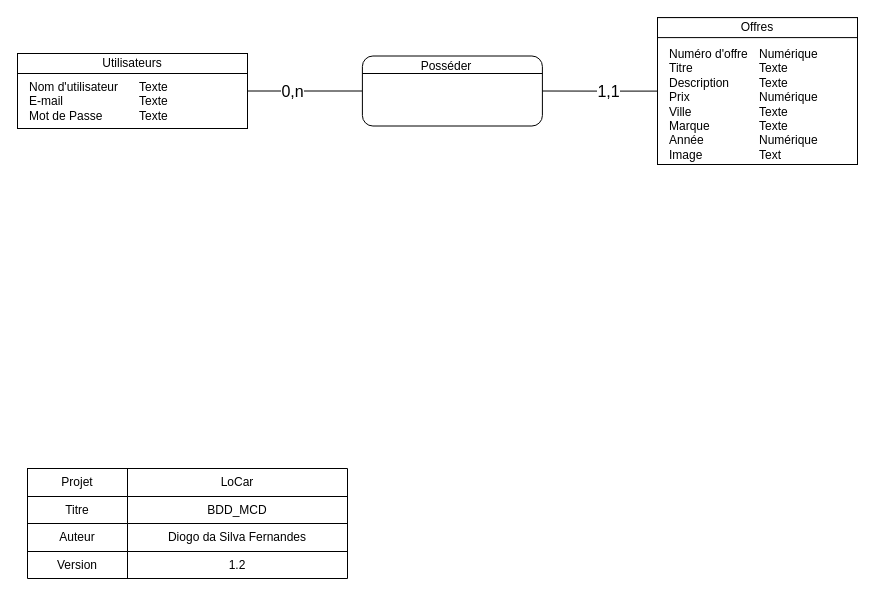
Before: documentation/LoCar_MCD.drawio in GabrielGloor/LoCar, a draw.io diagram. Source tidied: cells renumbered, new cells numbered last; positions are measured from the earlier drawing's top-left corner, leaving out a move shared by most shapes. Both pictures are drawn from the tidied source at 100%, with x=0, y=0 at pixel (17, 17).
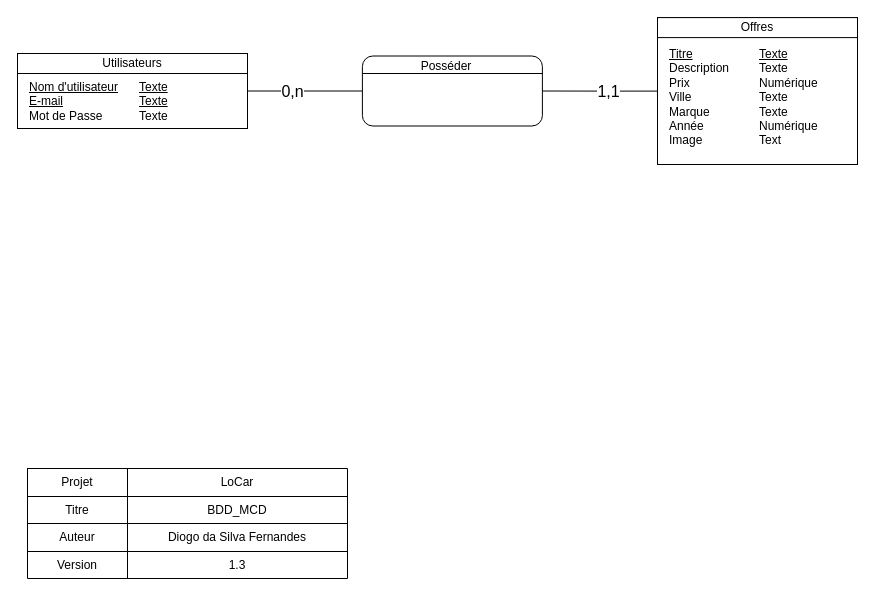
The same diagram, later.

Commit message (it also covers changes not shown here):
Update MCD on offers table

The change refers to these unchanged cells:
```xml
<mxCell id="27" style="shape=partialRectangle;html=1;whiteSpace=wrap;fillColor=none;top=0;left=0;bottom=0;right=0;" parent="17" vertex="1">
  <mxGeometry y="83" width="320" height="27" as="geometry" />
</mxCell>
```

Change to the diagram source:
```diff
@@
-    <mxCell id="11" value="Nom d'utilisateur&lt;br&gt;E-mail&lt;br&gt;Mot de Passe&lt;br&gt;" style="text;html=1;strokeColor=none;fillColor=none;align=left;verticalAlign=top;whiteSpace=wrap;rounded=0;" parent="1" vertex="1">
+    <mxCell id="11" value="&lt;u&gt;Nom d'utilisateur&lt;br&gt;E-mail&lt;/u&gt;&lt;br&gt;Mot de Passe" style="text;html=1;strokeColor=none;fillColor=none;align=left;verticalAlign=top;whiteSpace=wrap;rounded=0;" parent="1" vertex="1">
       <mxGeometry x="10" y="56" width="110" height="55" as="geometry" />
     </mxCell>
-    <mxCell id="12" value="Texte&lt;br&gt;Texte&lt;br&gt;Texte&lt;br&gt;" style="text;html=1;strokeColor=none;fillColor=none;align=left;verticalAlign=top;whiteSpace=wrap;rounded=0;" parent="1" vertex="1">
+    <mxCell id="12" value="&lt;u&gt;Texte&lt;br&gt;Texte&lt;/u&gt;&lt;br&gt;Texte" style="text;html=1;strokeColor=none;fillColor=none;align=left;verticalAlign=top;whiteSpace=wrap;rounded=0;" parent="1" vertex="1">
       <mxGeometry x="120" y="56" width="110" height="55" as="geometry" />
     </mxCell>
-    <mxCell id="13" value="Numéro d'offre&lt;br&gt;Titre&lt;br&gt;Description&lt;br&gt;Prix&lt;br&gt;Ville&lt;br&gt;Marque&lt;br&gt;Année&lt;br&gt;Image" style="text;html=1;strokeColor=none;fillColor=none;align=left;verticalAlign=top;whiteSpace=wrap;rounded=0;" parent="1" vertex="1">
+    <mxCell id="13" value="&lt;u&gt;Titre&lt;/u&gt;&lt;br&gt;Description&lt;br&gt;Prix&lt;br&gt;Ville&lt;br&gt;Marque&lt;br&gt;Année&lt;br&gt;Image" style="text;html=1;strokeColor=none;fillColor=none;align=left;verticalAlign=top;whiteSpace=wrap;rounded=0;" parent="1" vertex="1">
       <mxGeometry x="650" y="22.6" width="90" height="116.2" as="geometry" />
     </mxCell>
-    <mxCell id="14" value="Numérique&lt;br&gt;Texte&lt;br&gt;Texte&lt;br&gt;Numérique&lt;br&gt;Texte&lt;br&gt;Texte&lt;br&gt;Numérique&lt;br&gt;Text" style="text;html=1;strokeColor=none;fillColor=none;align=left;verticalAlign=top;whiteSpace=wrap;rounded=0;" parent="1" vertex="1">
+    <mxCell id="14" value="&lt;u&gt;Texte&lt;/u&gt;&lt;br&gt;Texte&lt;br&gt;Numérique&lt;br&gt;Texte&lt;br&gt;Texte&lt;br&gt;Numérique&lt;br&gt;Text" style="text;html=1;strokeColor=none;fillColor=none;align=left;verticalAlign=top;whiteSpace=wrap;rounded=0;" parent="1" vertex="1">
       <mxGeometry x="740" y="22.6" width="100" height="116.2" as="geometry" />
     </mxCell>
@@
-    <mxCell id="29" value="1.2" style="shape=partialRectangle;html=1;whiteSpace=wrap;overflow=hidden;fillColor=none;top=0;left=0;bottom=0;right=0;" parent="27" vertex="1">
+    <mxCell id="29" value="1.3" style="shape=partialRectangle;html=1;whiteSpace=wrap;overflow=hidden;fillColor=none;top=0;left=0;bottom=0;right=0;" parent="27" vertex="1">
       <mxGeometry x="100" width="220" height="27" as="geometry" />
     </mxCell>
```
